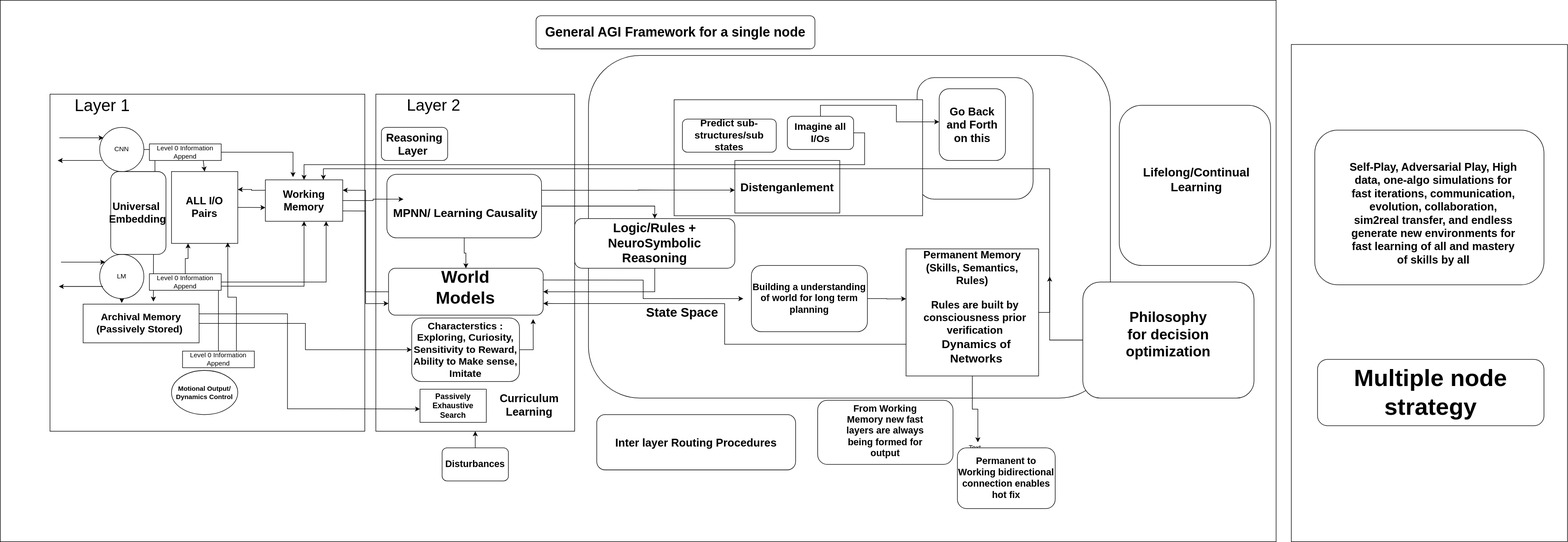
This is research/AGI.drawio.svg from Godel-ai/docs-ai, a draw.io export, as it was before one commit. Source tidied: cells renumbered, new cells last; positions are measured from the earlier drawing's top-left corner, leaving out a move shared by most shapes.
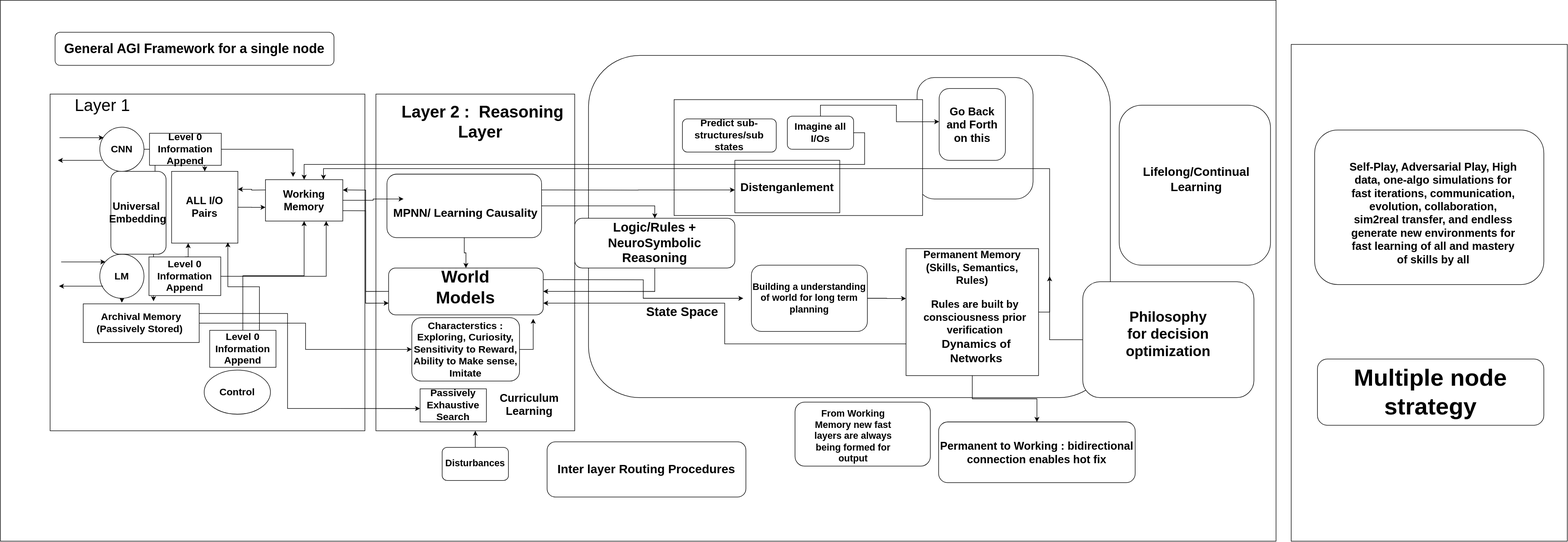
Later version of the same file.

Change to the diagram source:
```diff
@@ -40,13 +40,13 @@
     <mxCell id="13" style="edgeStyle=orthogonalEdgeStyle;rounded=0;jettySize=auto;html=1;exitX=1;exitY=0.5;exitDx=0;exitDy=0;entryX=0.606;entryY=-0.067;entryDx=0;entryDy=0;entryPerimeter=0;" parent="1" edge="1" source="14" target="34">
       <mxGeometry relative="1" as="geometry" />
     </mxCell>
-    <mxCell id="14" value="CNN" style="ellipse;whiteSpace=wrap;html=1;" parent="1" vertex="1">
+    <mxCell id="14" value="&lt;b&gt;&lt;font style=&quot;font-size: 18px&quot;&gt;CNN&lt;/font&gt;&lt;/b&gt;" style="ellipse;whiteSpace=wrap;html=1;" parent="1" vertex="1">
       <mxGeometry x="180" y="230" width="80" height="80" as="geometry" />
     </mxCell>
     <mxCell id="15" style="edgeStyle=orthogonalEdgeStyle;rounded=0;jettySize=auto;html=1;exitX=0.5;exitY=1;exitDx=0;exitDy=0;entryX=0.333;entryY=-0.029;entryDx=0;entryDy=0;entryPerimeter=0;" parent="1" edge="1" source="16" target="34">
       <mxGeometry relative="1" as="geometry" />
     </mxCell>
-    <mxCell id="16" value="LM" style="ellipse;whiteSpace=wrap;html=1;" parent="1" vertex="1">
+    <mxCell id="16" value="&lt;b&gt;&lt;font style=&quot;font-size: 18px&quot;&gt;LM&lt;/font&gt;&lt;/b&gt;" style="ellipse;whiteSpace=wrap;html=1;" parent="1" vertex="1">
       <mxGeometry x="180" y="460" width="80" height="80" as="geometry" />
     </mxCell>
     <mxCell id="17" style="endArrow=classic;html=1;entryX=0;entryY=0.5;entryDx=0;entryDy=0;" parent="1" edge="1">
@@ -96,8 +96,8 @@
     <mxCell id="27" style="edgeStyle=orthogonalEdgeStyle;rounded=0;jettySize=auto;html=1;exitX=0.5;exitY=0;exitDx=0;exitDy=0;entryX=0.5;entryY=1;entryDx=0;entryDy=0;" parent="1" edge="1" source="28" target="42">
       <mxGeometry relative="1" as="geometry" />
     </mxCell>
-    <mxCell id="28" value="Level 0 Information Append" style="rounded=0;whiteSpace=wrap;html=1;" parent="1" vertex="1">
-      <mxGeometry x="330" y="635" width="130" height="30" as="geometry" />
+    <mxCell id="28" value="&lt;font style=&quot;font-size: 18px&quot;&gt;&lt;b&gt;Level 0 Information Append&lt;/b&gt;&lt;/font&gt;" style="rounded=0;whiteSpace=wrap;html=1;" parent="1" vertex="1">
+      <mxGeometry x="379" y="598" width="120" height="67" as="geometry" />
     </mxCell>
     <mxCell id="29" style="edgeStyle=orthogonalEdgeStyle;rounded=0;jettySize=auto;html=1;exitX=0.75;exitY=1;exitDx=0;exitDy=0;entryX=0.5;entryY=0;entryDx=0;entryDy=0;" parent="1" edge="1" source="31" target="24">
       <mxGeometry relative="1" as="geometry" />
@@ -107,8 +107,8 @@
         <mxPoint x="530" y="320" as="targetPoint" />
       </mxGeometry>
     </mxCell>
-    <mxCell id="31" value="Level 0 Information Append" style="rounded=0;whiteSpace=wrap;html=1;" parent="1" vertex="1">
-      <mxGeometry x="270" y="260" width="130" height="30" as="geometry" />
+    <mxCell id="31" value="&lt;font style=&quot;font-size: 18px&quot;&gt;&lt;b&gt;Level 0 Information Append&lt;/b&gt;&lt;/font&gt;" style="rounded=0;whiteSpace=wrap;html=1;" parent="1" vertex="1">
+      <mxGeometry x="270" y="241" width="130" height="58" as="geometry" />
     </mxCell>
     <mxCell id="32" style="edgeStyle=orthogonalEdgeStyle;rounded=0;jettySize=auto;html=1;exitX=1;exitY=0.5;exitDx=0;exitDy=0;entryX=0;entryY=0.5;entryDx=0;entryDy=0;" parent="1" edge="1" source="34" target="54">
       <mxGeometry relative="1" as="geometry" />
@@ -119,8 +119,8 @@
     <mxCell id="34" value="&lt;b&gt;&lt;font style=&quot;font-size: 18px&quot;&gt;Archival Memory (Passively Stored)&amp;nbsp;&lt;/font&gt;&lt;/b&gt;" style="rounded=0;whiteSpace=wrap;html=1;" parent="1" vertex="1">
       <mxGeometry x="150" y="550" width="210" height="70" as="geometry" />
     </mxCell>
-    <mxCell id="35" value="&lt;b&gt;Motional Output/&lt;br&gt;Dynamics Control&lt;/b&gt;" style="ellipse;whiteSpace=wrap;html=1;" parent="1" vertex="1">
-      <mxGeometry x="310" y="670" width="120" height="80" as="geometry" />
+    <mxCell id="35" value="&lt;font style=&quot;font-size: 18px&quot;&gt;&lt;b&gt;Control&lt;/b&gt;&lt;/font&gt;" style="ellipse;whiteSpace=wrap;html=1;" parent="1" vertex="1">
+      <mxGeometry x="369" y="670" width="120" height="80" as="geometry" />
     </mxCell>
     <mxCell id="36" style="edgeStyle=orthogonalEdgeStyle;rounded=0;jettySize=auto;html=1;exitX=0.5;exitY=0;exitDx=0;exitDy=0;entryX=0.25;entryY=1;entryDx=0;entryDy=0;" parent="1" edge="1" source="38" target="24">
       <mxGeometry relative="1" as="geometry" />
@@ -130,8 +130,8 @@
         <mxPoint x="590" y="400" as="targetPoint" />
       </mxGeometry>
     </mxCell>
-    <mxCell id="38" value="Level 0 Information Append" style="rounded=0;whiteSpace=wrap;html=1;" parent="1" vertex="1">
-      <mxGeometry x="270" y="495" width="130" height="30" as="geometry" />
+    <mxCell id="38" value="&lt;b&gt;&lt;font style=&quot;font-size: 18px&quot;&gt;Level 0 Information Append&lt;/font&gt;&lt;/b&gt;" style="rounded=0;whiteSpace=wrap;html=1;" parent="1" vertex="1">
+      <mxGeometry x="269" y="465" width="130" height="70" as="geometry" />
     </mxCell>
     <mxCell id="39" style="edgeStyle=orthogonalEdgeStyle;rounded=0;jettySize=auto;html=1;exitX=1;exitY=0.5;exitDx=0;exitDy=0;" parent="1" edge="1" source="42">
       <mxGeometry relative="1" as="geometry">
@@ -150,12 +150,9 @@
     <mxCell id="43" value="&lt;font style=&quot;font-size: 30px&quot;&gt;Layer 1&lt;/font&gt;" style="text;html=1;strokeColor=none;fillColor=none;align=center;verticalAlign=middle;whiteSpace=wrap;rounded=0;" parent="1" vertex="1">
       <mxGeometry x="130" y="180" width="110" height="20" as="geometry" />
     </mxCell>
-    <mxCell id="44" value="&lt;font style=&quot;font-size: 29px&quot;&gt;Layer 2&lt;/font&gt;" style="text;html=1;strokeColor=none;fillColor=none;align=center;verticalAlign=middle;whiteSpace=wrap;rounded=0;" parent="1" vertex="1">
-      <mxGeometry x="700" y="180" width="170" height="20" as="geometry" />
+    <mxCell id="44" value="&lt;font style=&quot;font-size: 30px&quot;&gt;&lt;b&gt;Layer 2 :&amp;nbsp;&lt;/b&gt;&lt;b&gt;&lt;font style=&quot;font-size: 30px&quot;&gt;Reasoning Layer&amp;nbsp;&lt;/font&gt;&lt;/b&gt;&lt;/font&gt;" style="text;html=1;strokeColor=none;fillColor=none;align=center;verticalAlign=middle;whiteSpace=wrap;rounded=0;" parent="1" vertex="1">
+      <mxGeometry x="719" y="210" width="309" height="20" as="geometry" />
     </mxCell>
-    <mxCell id="45" value="&lt;b&gt;&lt;font style=&quot;font-size: 20px&quot;&gt;Reasoning Layer&amp;nbsp;&lt;/font&gt;&lt;/b&gt;" style="rounded=1;whiteSpace=wrap;html=1;" parent="1" vertex="1">
-      <mxGeometry x="690" y="230" width="120" height="60" as="geometry" />
-    </mxCell>
     <mxCell id="46" value="&lt;b&gt;&lt;font style=&quot;font-size: 21px&quot;&gt;MPNN/ Learning Causality&lt;/font&gt;&lt;/b&gt;" style="text;html=1;strokeColor=none;fillColor=none;align=center;verticalAlign=middle;whiteSpace=wrap;rounded=0;" parent="1" vertex="1">
       <mxGeometry x="695" y="375" width="295" height="20" as="geometry" />
     </mxCell>
@@ -185,7 +182,7 @@
     <mxCell id="54" value="&lt;b&gt;&lt;font style=&quot;font-size: 18px&quot;&gt;Characterstics :&lt;br&gt;Exploring, Curiosity, Sensitivity to Reward, Ability to Make sense, Imitate&lt;br&gt;&lt;/font&gt;&lt;/b&gt;" style="rounded=1;whiteSpace=wrap;html=1;" parent="1" vertex="1">
       <mxGeometry x="745" y="575" width="195" height="115" as="geometry" />
     </mxCell>
-    <mxCell id="55" value="&lt;b&gt;&lt;font style=&quot;font-size: 14px&quot;&gt;Passively Exhaustive Search&lt;/font&gt;&lt;/b&gt;" style="rounded=0;whiteSpace=wrap;html=1;" parent="1" vertex="1">
+    <mxCell id="55" value="&lt;b&gt;&lt;font style=&quot;font-size: 18px&quot;&gt;Passively Exhaustive Search&lt;/font&gt;&lt;/b&gt;" style="rounded=0;whiteSpace=wrap;html=1;" parent="1" vertex="1">
       <mxGeometry x="760" y="704" width="120" height="60" as="geometry" />
     </mxCell>
     <mxCell id="56" style="edgeStyle=orthogonalEdgeStyle;rounded=0;jettySize=auto;html=1;exitX=0.5;exitY=0;exitDx=0;exitDy=0;entryX=0.5;entryY=1;entryDx=0;entryDy=0;" parent="1" edge="1" source="57" target="7">
@@ -217,11 +214,9 @@
     <mxCell id="64" style="edgeStyle=orthogonalEdgeStyle;rounded=0;jettySize=auto;html=1;exitX=0;exitY=0.75;exitDx=0;exitDy=0;entryX=1;entryY=0.75;entryDx=0;entryDy=0;" parent="1" edge="1" source="66" target="51">
       <mxGeometry relative="1" as="geometry" />
     </mxCell>
-    <mxCell id="65" style="edgeStyle=orthogonalEdgeStyle;rounded=0;jettySize=auto;html=1;exitX=0.5;exitY=1;exitDx=0;exitDy=0;" parent="1" edge="1" source="66">
-      <mxGeometry relative="1" as="geometry">
-        <mxPoint x="1770" y="800" as="targetPoint" />
-      </mxGeometry>
-    </mxCell>
+    <mxCell id="89" style="edgeStyle=orthogonalEdgeStyle;rounded=0;jettySize=auto;html=1;exitX=0.5;exitY=1;exitDx=0;exitDy=0;" parent="1" edge="1" source="66" target="77">
+      <mxGeometry relative="1" as="geometry" />
+    </mxCell>
     <mxCell id="66" style="rounded=0;whiteSpace=wrap;html=1;" parent="1" vertex="1">
       <mxGeometry x="1640" y="450" width="240" height="230" as="geometry" />
     </mxCell>
@@ -245,23 +240,20 @@
     <mxCell id="72" value="&lt;b&gt;&lt;font style=&quot;font-size: 20px&quot;&gt;Go Back and Forth on this&lt;/font&gt;&lt;/b&gt;" style="rounded=1;whiteSpace=wrap;html=1;" parent="1" vertex="1">
       <mxGeometry x="1700" y="160" width="120" height="130" as="geometry" />
     </mxCell>
-    <mxCell id="73" value="&lt;b&gt;&lt;font style=&quot;font-size: 20px&quot;&gt;Inter layer Routing Procedures&lt;/font&gt;&lt;/b&gt;" style="rounded=1;whiteSpace=wrap;html=1;" parent="1" vertex="1">
-      <mxGeometry x="1080" y="750" width="360" height="100" as="geometry" />
+    <mxCell id="73" value="&lt;b&gt;&lt;font style=&quot;font-size: 22px&quot;&gt;Inter layer Routing Procedures&lt;/font&gt;&lt;/b&gt;" style="rounded=1;whiteSpace=wrap;html=1;" parent="1" vertex="1">
+      <mxGeometry x="990" y="800" width="360" height="100" as="geometry" />
     </mxCell>
     <mxCell id="74" style="rounded=1;whiteSpace=wrap;html=1;" parent="1" vertex="1">
-      <mxGeometry x="1480" y="724" width="245" height="116" as="geometry" />
+      <mxGeometry x="1439" y="728" width="245" height="116" as="geometry" />
     </mxCell>
     <mxCell id="75" value="&lt;b&gt;&lt;font style=&quot;font-size: 17px&quot;&gt;From Working Memory new fast layers are always being formed for output&lt;/font&gt;&lt;/b&gt;" style="text;html=1;strokeColor=none;fillColor=none;align=center;verticalAlign=middle;whiteSpace=wrap;rounded=0;" parent="1" vertex="1">
-      <mxGeometry x="1525" y="770" width="155" height="20" as="geometry" />
+      <mxGeometry x="1460" y="780" width="169" height="20" as="geometry" />
     </mxCell>
-    <mxCell id="76" value="Text" style="text;html=1;strokeColor=none;fillColor=none;align=center;verticalAlign=middle;whiteSpace=wrap;rounded=0;" parent="1" vertex="1">
-      <mxGeometry x="1745" y="800" width="40" height="20" as="geometry" />
-    </mxCell>
-    <mxCell id="77" value="&lt;b&gt;&lt;font style=&quot;font-size: 17px&quot;&gt;Permanent to Working bidirectional connection enables hot fix&lt;/font&gt;&lt;/b&gt;" style="rounded=1;whiteSpace=wrap;html=1;" parent="1" vertex="1">
-      <mxGeometry x="1733" y="810" width="177" height="110" as="geometry" />
+    <mxCell id="77" value="&lt;b&gt;&lt;font style=&quot;font-size: 20px&quot;&gt;Permanent to Working : bidirectional connection enables hot fix&lt;/font&gt;&lt;/b&gt;" style="rounded=1;whiteSpace=wrap;html=1;" parent="1" vertex="1">
+      <mxGeometry x="1699" y="764" width="356" height="110" as="geometry" />
     </mxCell>
     <mxCell id="78" value="&lt;b&gt;&lt;font style=&quot;font-size: 24px&quot;&gt;General AGI Framework for a single node&lt;/font&gt;&lt;/b&gt;" style="rounded=1;whiteSpace=wrap;html=1;" parent="1" vertex="1">
-      <mxGeometry x="970" y="28" width="505" height="60" as="geometry" />
+      <mxGeometry x="99" y="58" width="505" height="60" as="geometry" />
     </mxCell>
     <mxCell id="79" style="edgeStyle=orthogonalEdgeStyle;rounded=0;jettySize=auto;html=1;exitX=0;exitY=0.5;exitDx=0;exitDy=0;" parent="1" edge="1" source="80">
       <mxGeometry relative="1" as="geometry">
```
